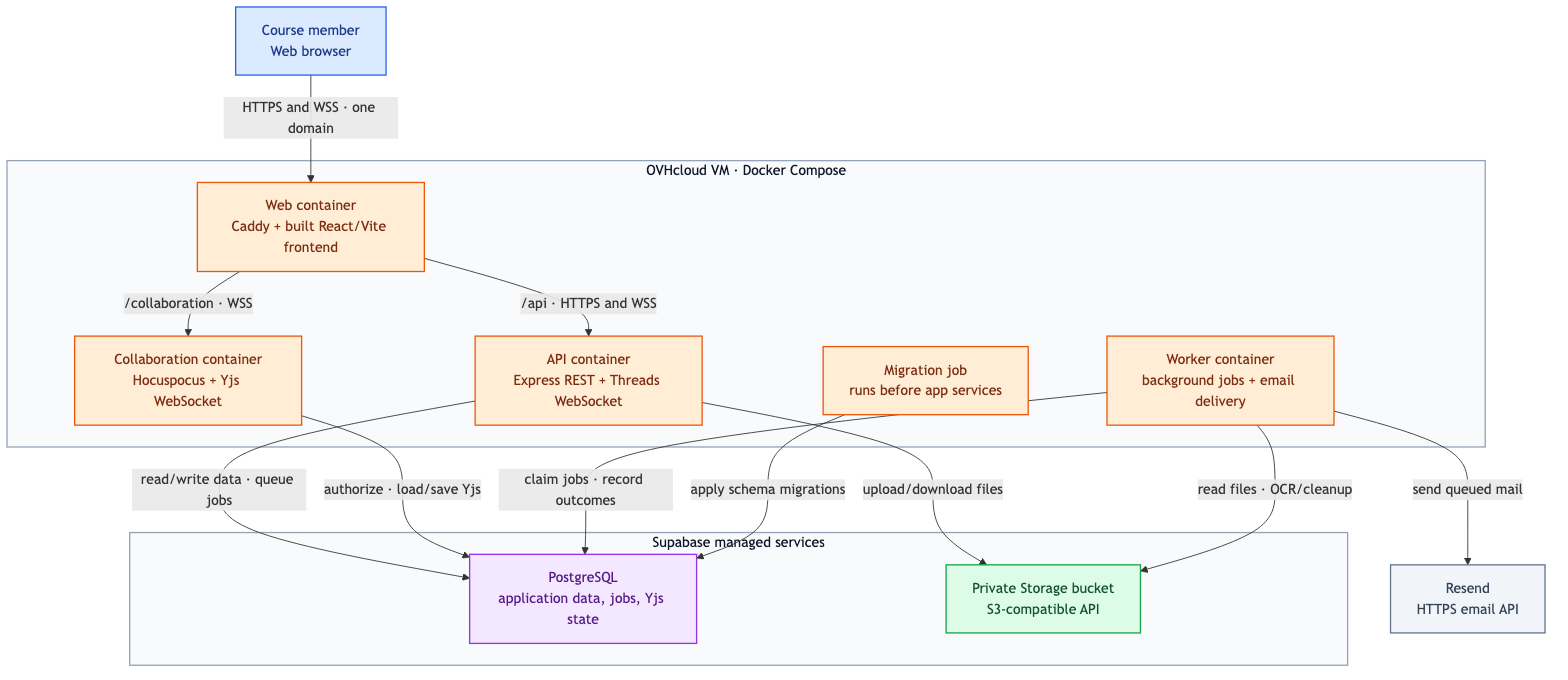
Earlier version of the Mermaid export diagrams/architecture/architecture.png (drh-14/ChalkTalk). Its source is kept beside it as diagrams/architecture/architecture.mmd.
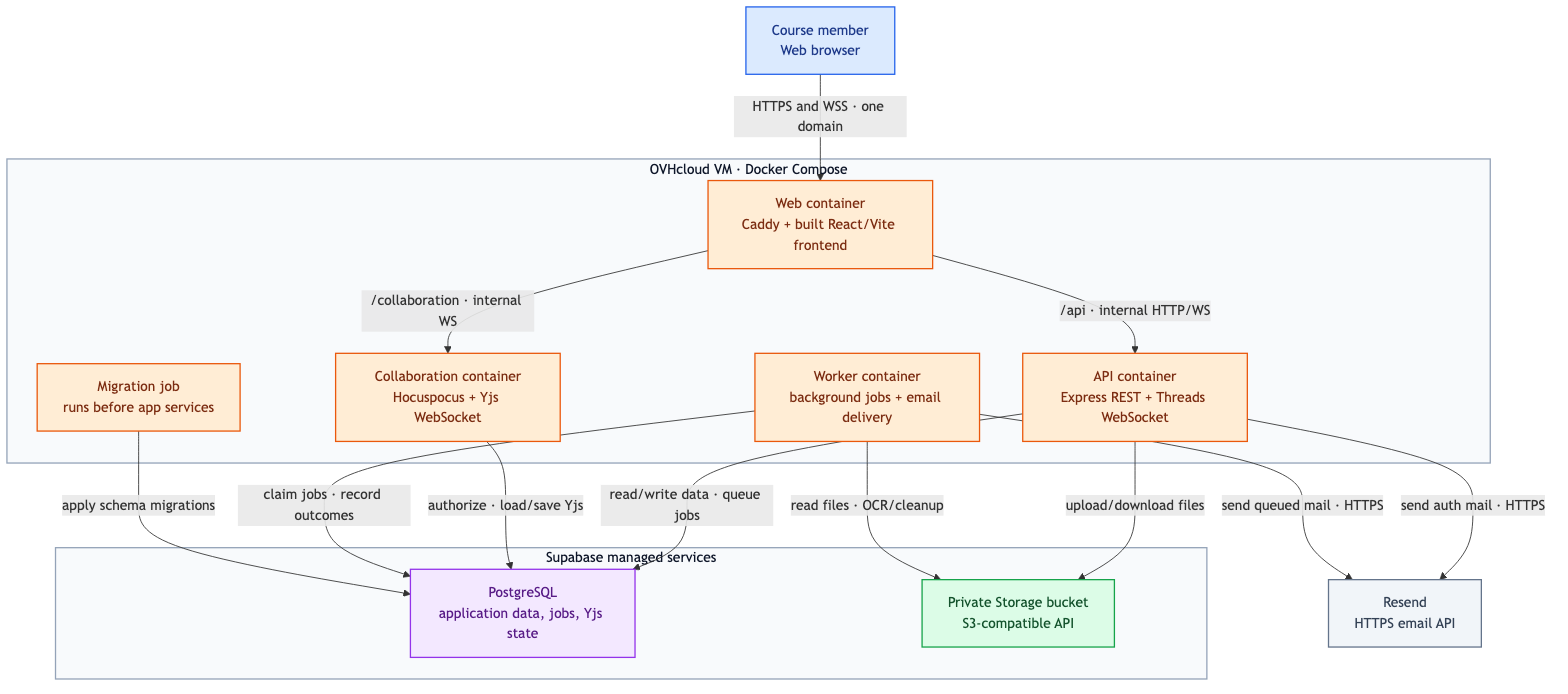
The same file after the commit.

Commit message:
no-mistakes(review): Correct architecture email paths and internal protocol labels

What changed in the source:
```diff
@@ -8,8 +8,8 @@
         Collaboration["Collaboration container<br/>Hocuspocus + Yjs WebSocket"]
         Worker["Worker container<br/>background jobs + email delivery"]
         Migrate["Migration job<br/>runs before app services"]
-        Web -->|"/api · HTTPS and WSS"| API
-        Web -->|"/collaboration · WSS"| Collaboration
+        Web -->|"/api · internal HTTP/WS"| API
+        Web -->|"/collaboration · internal WS"| Collaboration
     end
 
     subgraph Supabase["Supabase managed services"]
@@ -26,7 +26,8 @@
     Collaboration -->|"authorize · load/save Yjs"| DB
     Worker -->|"claim jobs · record outcomes"| DB
     Worker -->|"read files · OCR/cleanup"| Storage
-    Worker -->|"send queued mail"| Resend
+    API -->|"send auth mail · HTTPS"| Resend
+    Worker -->|"send queued mail · HTTPS"| Resend
     Migrate -->|"apply schema migrations"| DB
 
     classDef client fill:#DBEAFE,stroke:#2563EB,color:#1E3A8A,stroke-width:1.5px
```
